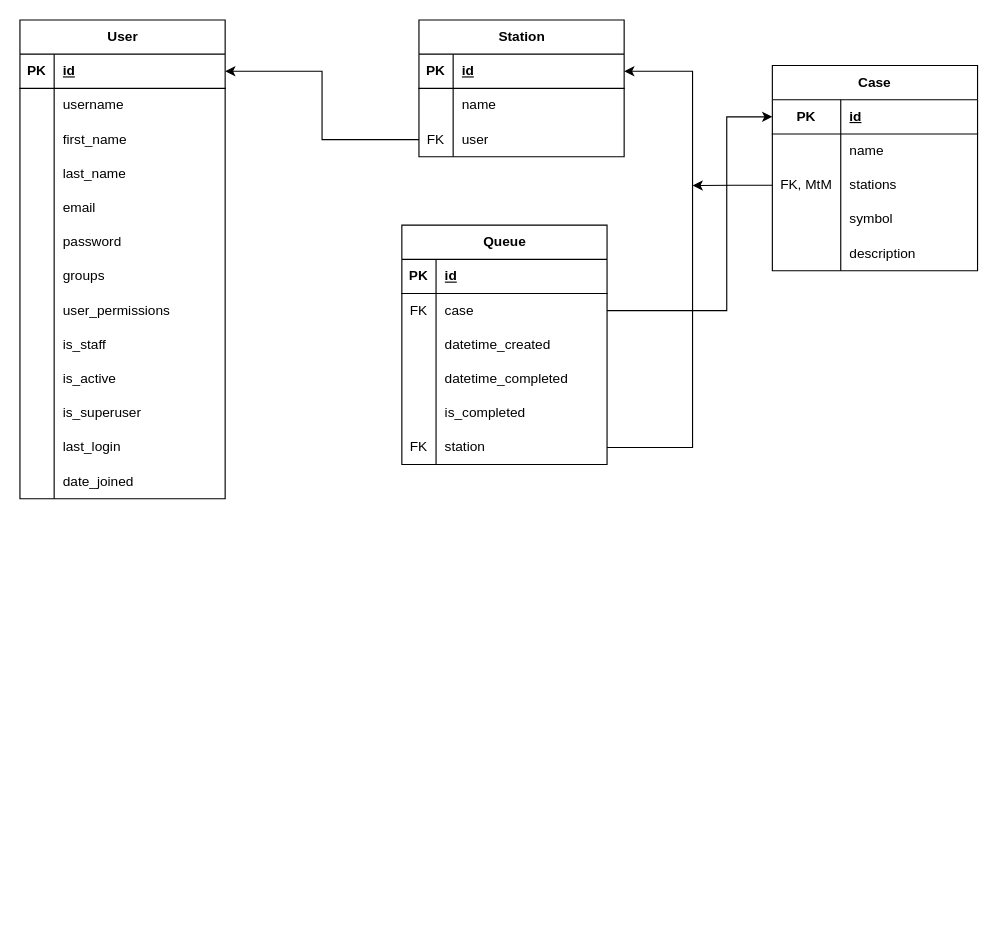
Before: database.drawio in michalmalara/queueApp, a draw.io diagram. Source tidied: cells renumbered, new cells numbered last; positions are measured from the earlier drawing's top-left corner, leaving out a move shared by most shapes. Both pictures are drawn from the tidied source at 114%, with x=0, y=0 at pixel (19, 19).
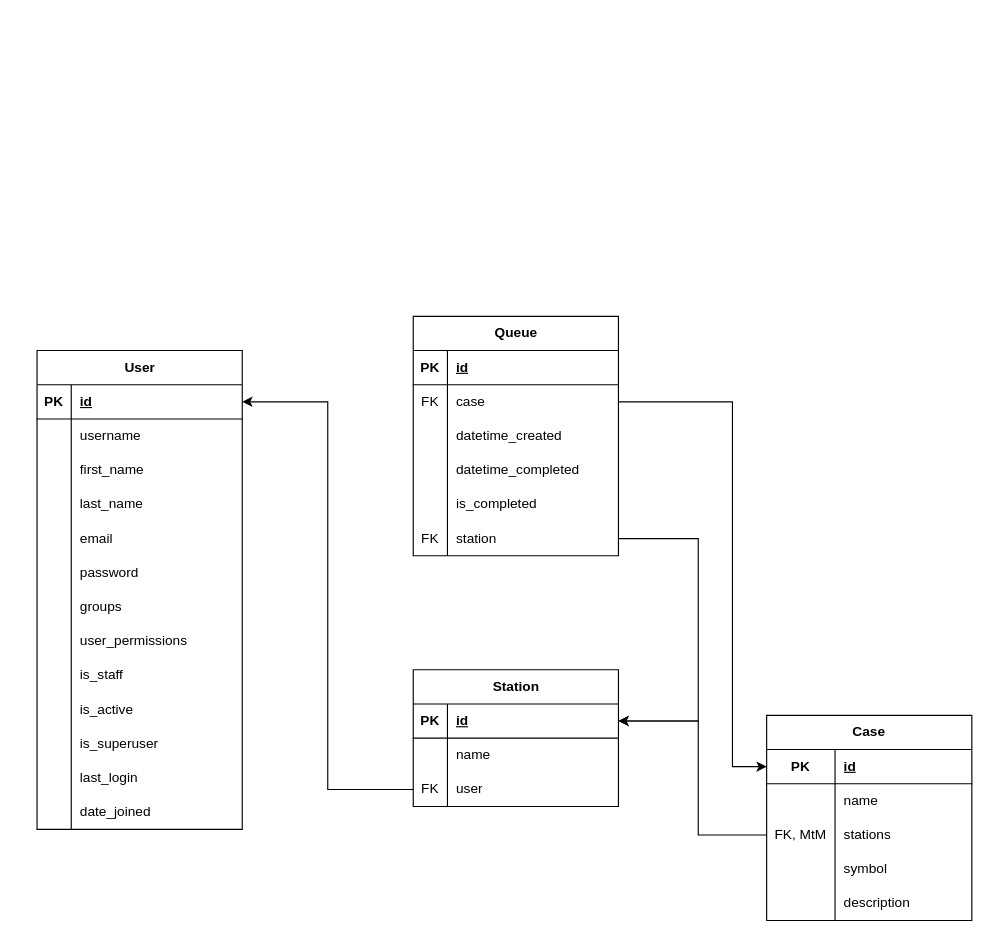
The same diagram, later.

Commit message (it also covers changes not shown here):
feat(queueService) queue model registered in admin panel

The change refers to these unchanged cells:
```xml
<mxCell id="43" style="shape=tableRow;horizontal=0;startSize=0;swimlaneHead=0;swimlaneBody=0;fillColor=none;points=[[0,0.5],[1,0.5]];portConstraint=eastwest;top=0;left=0;right=0;bottom=1;" parent="42" vertex="1">
  <mxGeometry y="30" width="180" height="30" as="geometry" />
</mxCell>
<mxCell id="54" style="shape=tableRow;horizontal=0;startSize=0;swimlaneHead=0;swimlaneBody=0;fillColor=none;points=[[0,0.5],[1,0.5]];portConstraint=eastwest;top=0;left=0;right=0;bottom=1;html=1;" parent="53" vertex="1">
  <mxGeometry y="30" width="180" height="30" as="geometry" />
</mxCell>
<mxCell id="60" style="shape=tableRow;horizontal=0;startSize=0;swimlaneHead=0;swimlaneBody=0;fillColor=none;points=[[0,0.5],[1,0.5]];portConstraint=eastwest;top=0;left=0;right=0;bottom=0;html=1;" parent="53" vertex="1">
  <mxGeometry y="90" width="180" height="30" as="geometry" />
</mxCell>
<mxCell id="73" style="shape=tableRow;horizontal=0;startSize=0;swimlaneHead=0;swimlaneBody=0;fillColor=none;points=[[0,0.5],[1,0.5]];portConstraint=eastwest;top=0;left=0;right=0;bottom=0;" parent="69" vertex="1">
  <mxGeometry y="60" width="180" height="30" as="geometry" />
</mxCell>
<mxCell id="85" style="shape=tableRow;horizontal=0;startSize=0;swimlaneHead=0;swimlaneBody=0;fillColor=none;points=[[0,0.5],[1,0.5]];portConstraint=eastwest;top=0;left=0;right=0;bottom=0;" parent="69" vertex="1">
  <mxGeometry y="180" width="180" height="30" as="geometry" />
</mxCell>
```

Diff of the diagram source:
```diff
@@
     <mxCell id="2" value="User" style="shape=table;startSize=30;childLayout=tableLayout;rowLines=0;fontStyle=1;align=center;html=1;" parent="1" vertex="1">
-      <mxGeometry width="180" height="420" as="geometry" />
+      <mxGeometry x="15" y="290" width="180" height="420" as="geometry" />
     </mxCell>
@@
     <mxCell id="42" value="Station" style="shape=table;startSize=30;childLayout=tableLayout;rowLines=0;fontStyle=1;align=center;html=1;" parent="1" vertex="1">
-      <mxGeometry x="350" width="180" height="120" as="geometry" />
+      <mxGeometry x="345" y="570" width="180" height="120" as="geometry" />
     </mxCell>
@@
     <mxCell id="53" value="Case" style="shape=table;startSize=30;childLayout=tableLayout;rowLines=0;fontStyle=1;align=center;html=1;whiteSpace=wrap;" parent="1" vertex="1">
-      <mxGeometry x="660" y="40" width="180" height="180" as="geometry" />
+      <mxGeometry x="655" y="610" width="180" height="180" as="geometry" />
     </mxCell>
@@
     <mxCell id="69" value="Queue" style="shape=table;startSize=30;childLayout=tableLayout;rowLines=0;fontStyle=1;align=center;html=1;" parent="1" vertex="1">
-      <mxGeometry x="335" y="180" width="180" height="210" as="geometry" />
+      <mxGeometry x="345" y="260" width="180" height="210" as="geometry" />
     </mxCell>
@@
+    <mxCell id="89" style="edgeStyle=orthogonalEdgeStyle;rounded=0;jettySize=auto;html=1;exitX=1;exitY=0.5;exitDx=0;exitDy=0;entryX=1;entryY=0.5;entryDx=0;entryDy=0;" parent="1" edge="1" source="85" target="43">
+      <mxGeometry relative="1" as="geometry">
+        <Array as="points">
+          <mxPoint x="595" y="455" />
+          <mxPoint x="595" y="615" />
+        </Array>
+      </mxGeometry>
+    </mxCell>
+    <mxCell id="91" style="edgeStyle=orthogonalEdgeStyle;rounded=0;jettySize=auto;html=1;exitX=0;exitY=0.5;exitDx=0;exitDy=0;entryX=1;entryY=0.5;entryDx=0;entryDy=0;" parent="1" edge="1" source="60" target="43">
+      <mxGeometry relative="1" as="geometry">
+        <Array as="points">
+          <mxPoint x="595" y="715" />
+          <mxPoint x="595" y="615" />
+        </Array>
+      </mxGeometry>
+    </mxCell>
     <mxCell id="88" style="edgeStyle=orthogonalEdgeStyle;rounded=0;jettySize=auto;html=1;exitX=1;exitY=0.5;exitDx=0;exitDy=0;entryX=0;entryY=0.5;entryDx=0;entryDy=0;" parent="1" edge="1" source="73" target="54">
       <mxGeometry relative="1" as="geometry">
         <Array as="points">
-          <mxPoint x="620" y="255" />
-          <mxPoint x="620" y="85" />
+          <mxPoint x="625" y="335" />
+          <mxPoint x="625" y="655" />
         </Array>
       </mxGeometry>
     </mxCell>
-    <mxCell id="89" style="edgeStyle=orthogonalEdgeStyle;rounded=0;jettySize=auto;html=1;exitX=1;exitY=0.5;exitDx=0;exitDy=0;entryX=1;entryY=0.5;entryDx=0;entryDy=0;" parent="1" edge="1" source="85" target="43">
-      <mxGeometry relative="1" as="geometry">
-        <Array as="points">
-          <mxPoint x="590" y="375" />
-          <mxPoint x="590" y="45" />
-        </Array>
-      </mxGeometry>
-    </mxCell>
-    <mxCell id="90" style="edgeStyle=orthogonalEdgeStyle;rounded=0;jettySize=auto;html=1;exitX=0;exitY=0.5;exitDx=0;exitDy=0;" parent="1" edge="1" source="60">
-      <mxGeometry relative="1" as="geometry">
-        <mxPoint x="590" y="145.3" as="targetPoint" />
-      </mxGeometry>
-    </mxCell>
```
